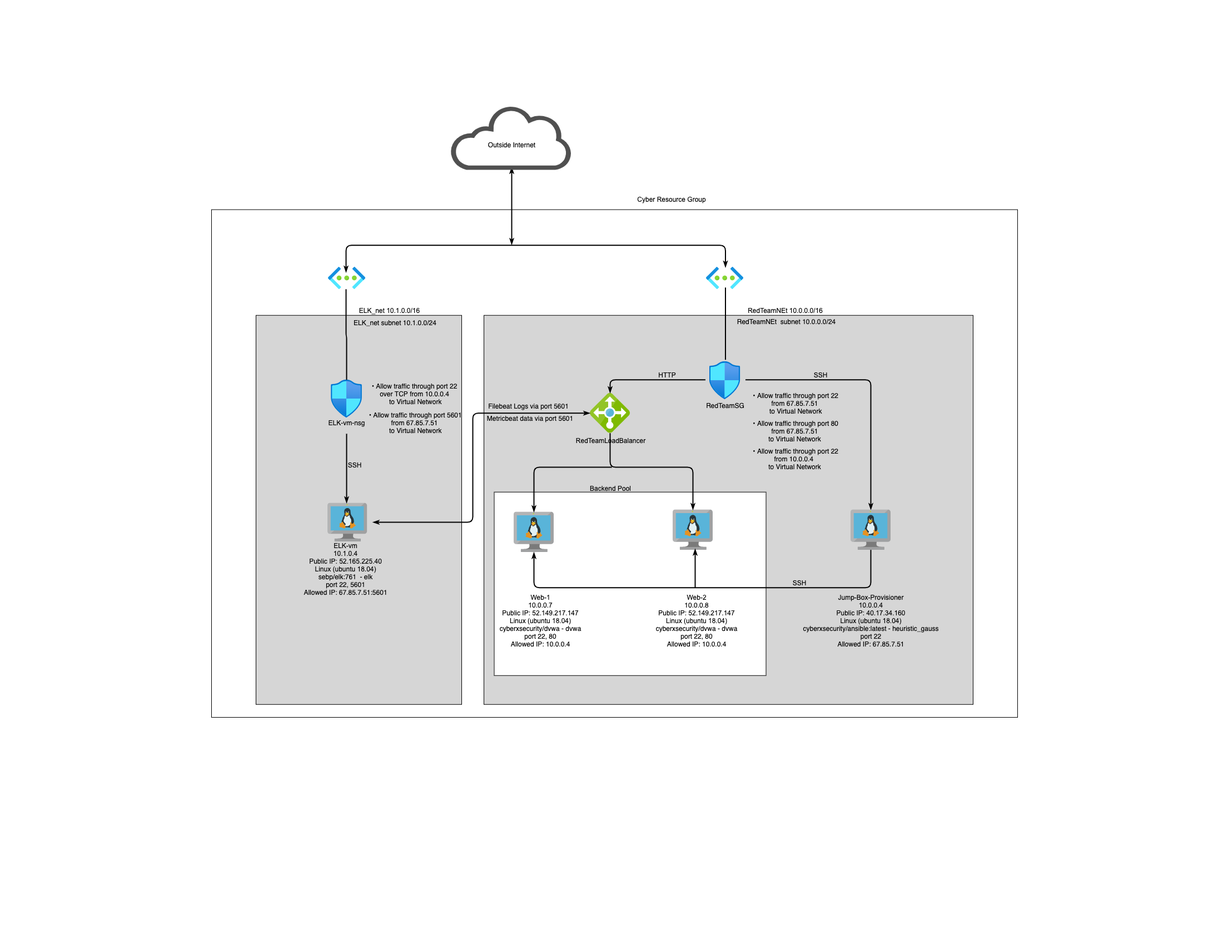
wiltzie75/ELK-Project keeps this draw.io diagram as Diagrams/ELK_diagram.png. Above is the earlier version. Source tidied: cells renumbered, new cells last; positions are measured from the earlier drawing's top-left corner, leaving out a move shared by most shapes.
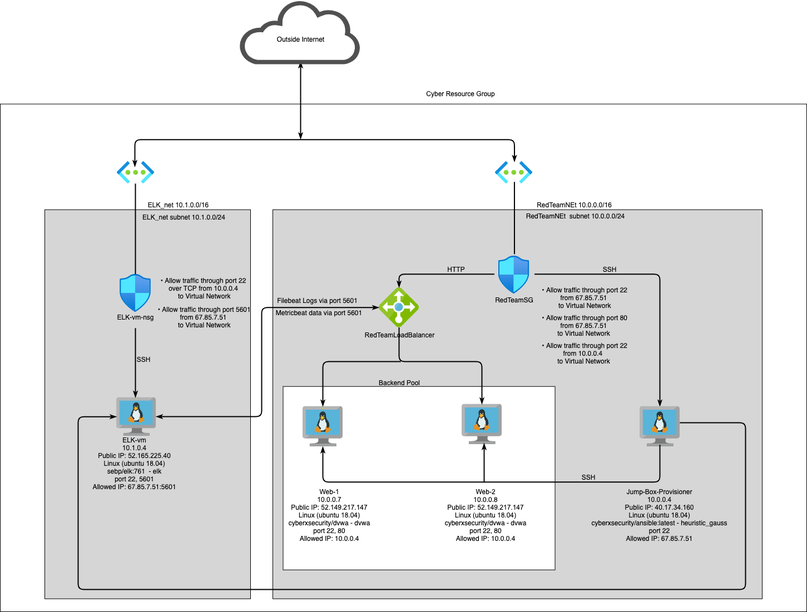
The same diagram one commit later.

The edit, as a diff of the source:
```diff
@@ -72,7 +72,7 @@
       <mxGeometry x="1036.5" y="876.8" width="299" height="112" as="geometry" />
     </mxCell>
     <mxCell id="19" style="shape=image;image=img/lib/mscae/VM_Linux.svg;shadow=0;strokeWidth=2;fillColor=#3a3a3a;strokeColor=#333333;opacity=100.0;gliffyId=103;" parent="1" vertex="1">
-      <mxGeometry x="1150" y="726.8" width="72" height="72" as="geometry" />
+      <mxGeometry x="1150" y="730.8" width="72" height="72" as="geometry" />
     </mxCell>
     <mxCell id="20" style="shape=image;image=img/lib/mscae/VM_Linux.svg;shadow=0;strokeWidth=2;fillColor=#3a3a3a;strokeColor=#333333;opacity=100.0;gliffyId=105;" parent="1" vertex="1">
       <mxGeometry x="544" y="730.8" width="72" height="72" as="geometry" />
@@ -191,7 +191,7 @@
     </mxCell>
     <mxCell id="41" style="endArrow=classicThin;html=1;entryX=0;entryY=0.5;entryDx=0;entryDy=0;edgeStyle=orthogonalEdgeStyle;startArrow=classicThin;startFill=1;endFill=1;strokeWidth=2;" parent="1" edge="1" target="12">
       <mxGeometry relative="1" as="geometry">
-        <mxPoint x="290" y="749" as="sourcePoint" />
+        <mxPoint x="280" y="749" as="sourcePoint" />
         <Array as="points">
           <mxPoint x="470" y="749" />
           <mxPoint x="470" y="553" />
@@ -234,5 +234,17 @@
     <mxCell id="53" value="&lt;div style='width: 378.0811px;height:auto;word-break: break-word;'&gt;&lt;div align=&quot;center&quot;&gt;&lt;span style=&quot;font-family:Arial;font-size:12px; line-height: 0;&quot;&gt;&lt;span style=&quot; line-height: normal;&quot;&gt;RedTeamNEt 10.0.0.0/16&lt;/span&gt;&lt;/span&gt;&lt;/div&gt;&lt;/div&gt;" style="text;html=1;nl2Br=0;html=1;nl2Br=0;verticalAlign=middle;align=center;spacingLeft=0.0;spacingRight=0;whiteSpace=wrap;gliffyId=14;" parent="1" vertex="1">
       <mxGeometry x="840" y="360.8" width="385.1" height="14" as="geometry" />
     </mxCell>
+    <mxCell id="54" style="endArrow=none;html=1;edgeStyle=orthogonalEdgeStyle;exitX=0;exitY=0.5;exitDx=0;exitDy=0;startArrow=classicThin;startFill=1;strokeWidth=2;" parent="1" edge="1" source="28">
+      <mxGeometry relative="1" as="geometry">
+        <mxPoint x="1222" y="760" as="targetPoint" />
+        <Array as="points">
+          <mxPoint x="140" y="749" />
+          <mxPoint x="140" y="1060" />
+          <mxPoint x="1340" y="1060" />
+          <mxPoint x="1340" y="760" />
+          <mxPoint x="1222" y="760" />
+        </Array>
+      </mxGeometry>
+    </mxCell>
   </root>
 </mxGraphModel>
```
